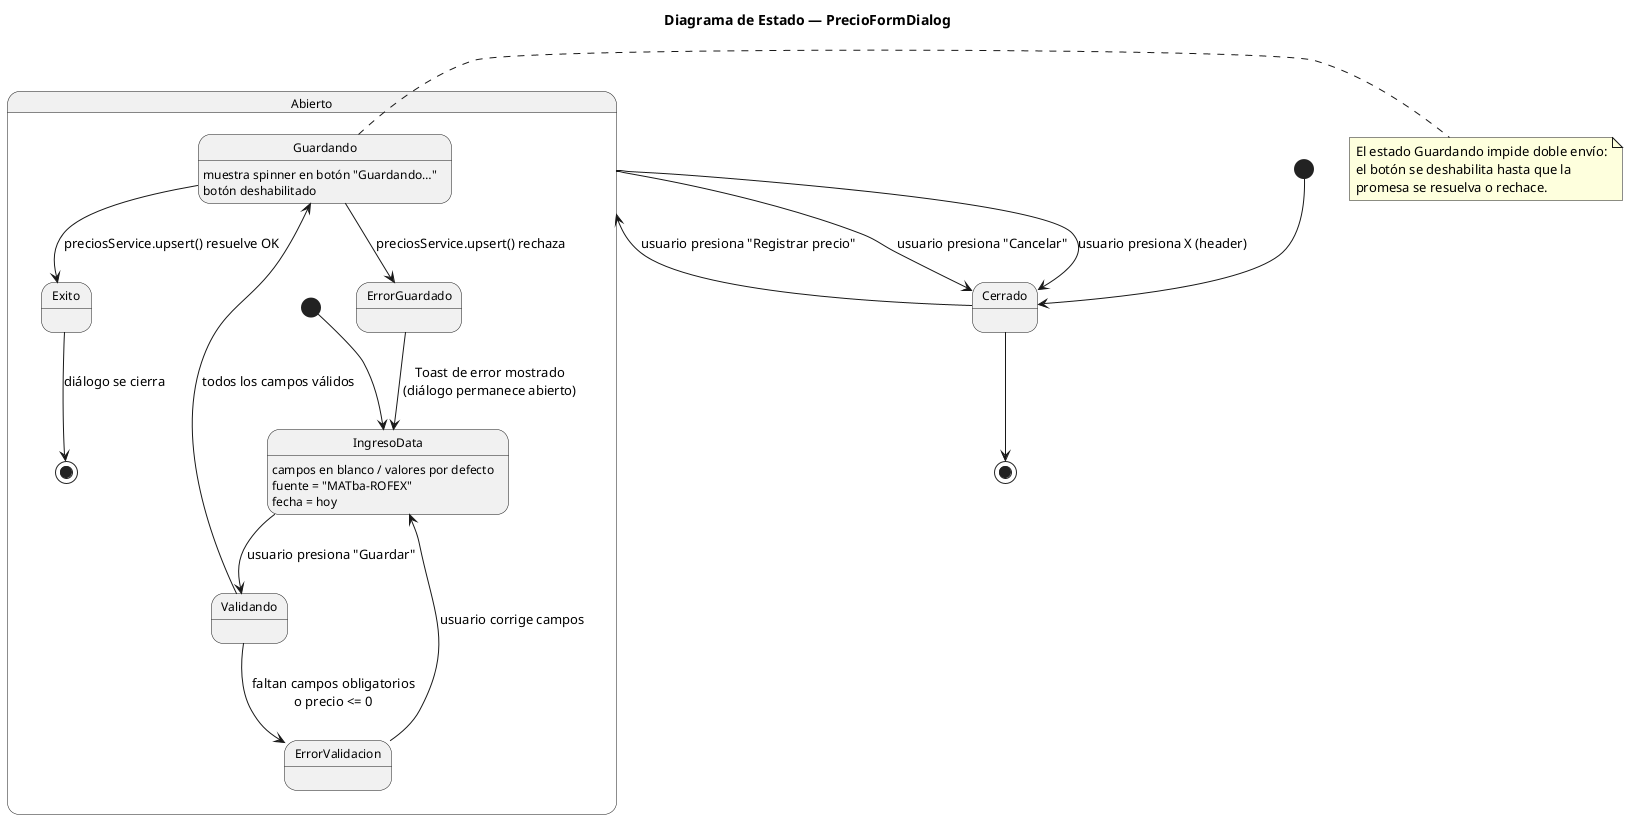
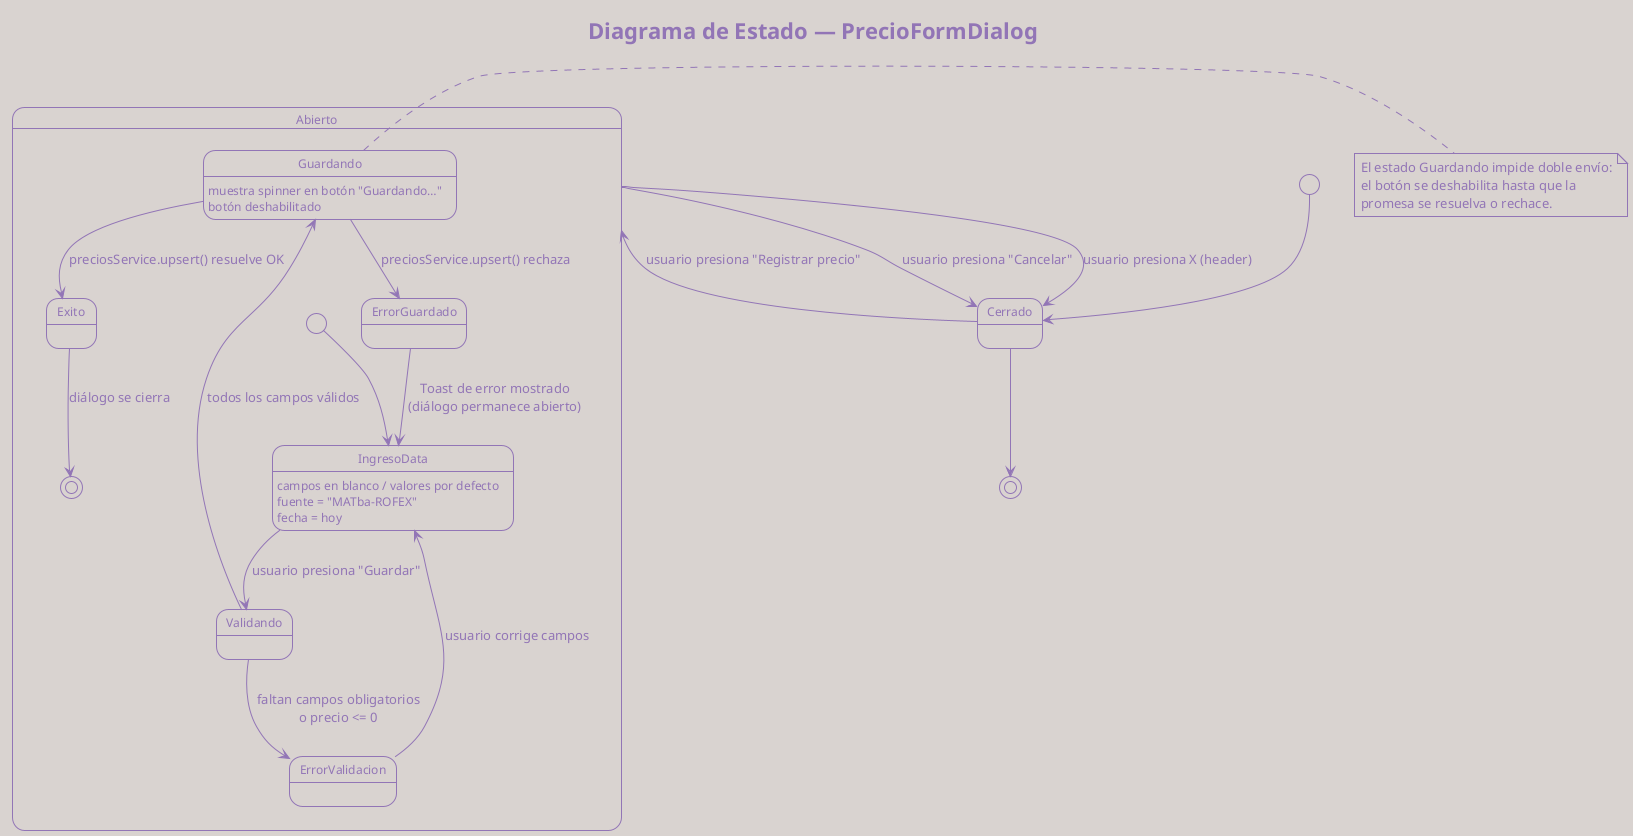
@startuml state-precio-form
title Diagrama de Estado — PrecioFormDialog

skinparam shadowing false
skinparam stateFontSize 12
+ 
+ !theme mimeograph

[*] --> Cerrado

Cerrado --> Abierto : usuario presiona "Registrar precio"

state Abierto {
  [*] --> IngresoData

  IngresoData : campos en blanco / valores por defecto
  IngresoData : fuente = "MATba-ROFEX"
  IngresoData : fecha = hoy

  IngresoData --> Validando : usuario presiona "Guardar"

  Validando --> ErrorValidacion : faltan campos obligatorios\no precio <= 0
  Validando --> Guardando       : todos los campos válidos

  ErrorValidacion --> IngresoData : usuario corrige campos

  Guardando : muestra spinner en botón "Guardando…"
  Guardando : botón deshabilitado

  Guardando --> Exito  : preciosService.upsert() resuelve OK
  Guardando --> ErrorGuardado : preciosService.upsert() rechaza

  ErrorGuardado --> IngresoData : Toast de error mostrado\n(diálogo permanece abierto)

  Exito --> [*] : diálogo se cierra
}

Abierto --> Cerrado : usuario presiona "Cancelar"
Abierto --> Cerrado : usuario presiona X (header)

Cerrado --> [*]

note right of Guardando
  El estado Guardando impide doble envío:
  el botón se deshabilita hasta que la
  promesa se resuelva o rechace.
end note

@enduml
